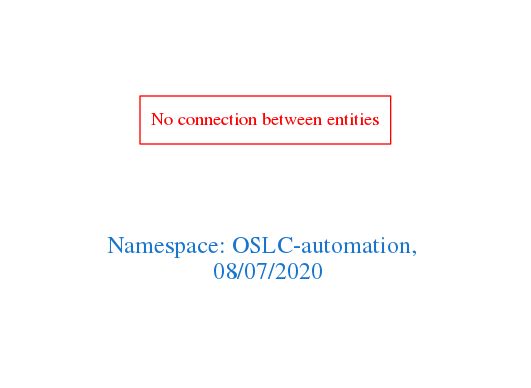
arago/OGIT keeps this Graphviz diagram as downloads/OSLC-automation.png. Above is the earlier version. Its source is kept beside it as downloads/OSLC-automation.dot.
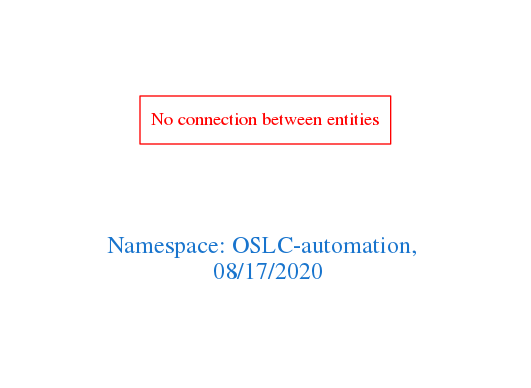
The same diagram one commit later.

What changed in the source:
```diff
@@ -1,7 +1,7 @@
 digraph OGIT_ontology {
  graph [ rankdir= LR,pad=1
 fontsize = 18,
-fontcolor= dodgerblue3,label = "\n\n\nNamespace: OSLC-automation, \n 08/07/2020"];
+fontcolor= dodgerblue3,label = "\n\n\nNamespace: OSLC-automation, \n 08/17/2020"];
 node[shape=polygon];
 edge [  color="gray81"];
 
```
